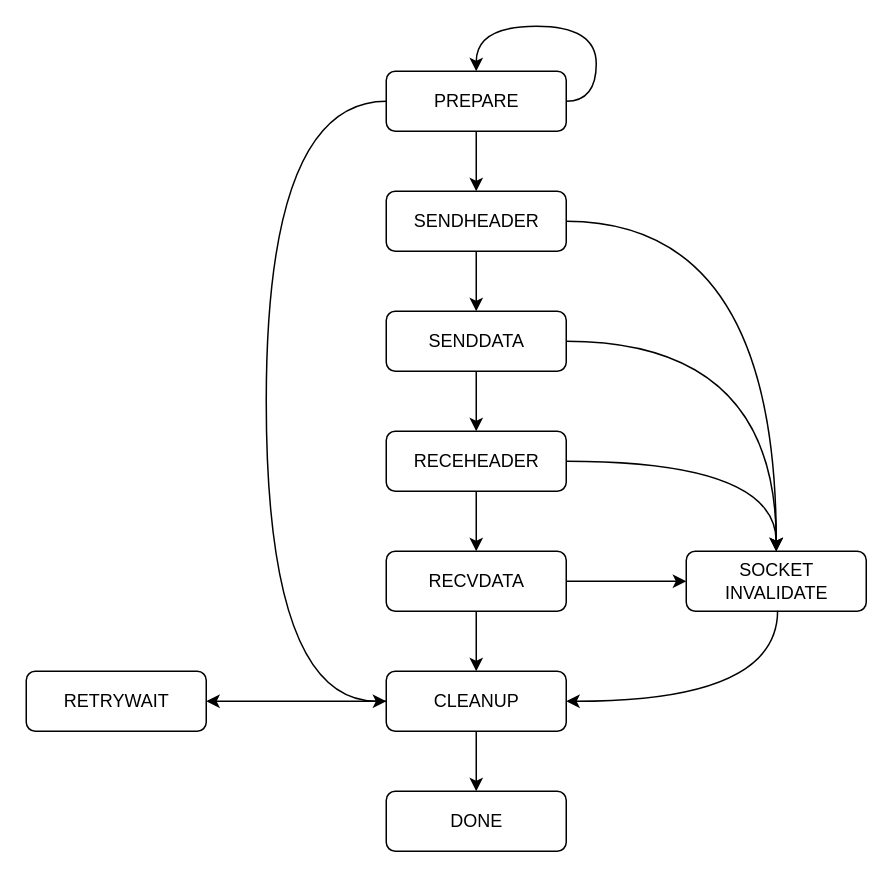
EarthWind/deeparch keeps this draw.io diagram as beegfs/beegfs-client.drawio. Above is the earlier version. Source tidied: cells renumbered, new cells numbered last; positions are measured from the earlier drawing's top-left corner, leaving out a move shared by most shapes. Both pictures are drawn from the tidied source at 150%, with x=0, y=0 at pixel (26, 26).
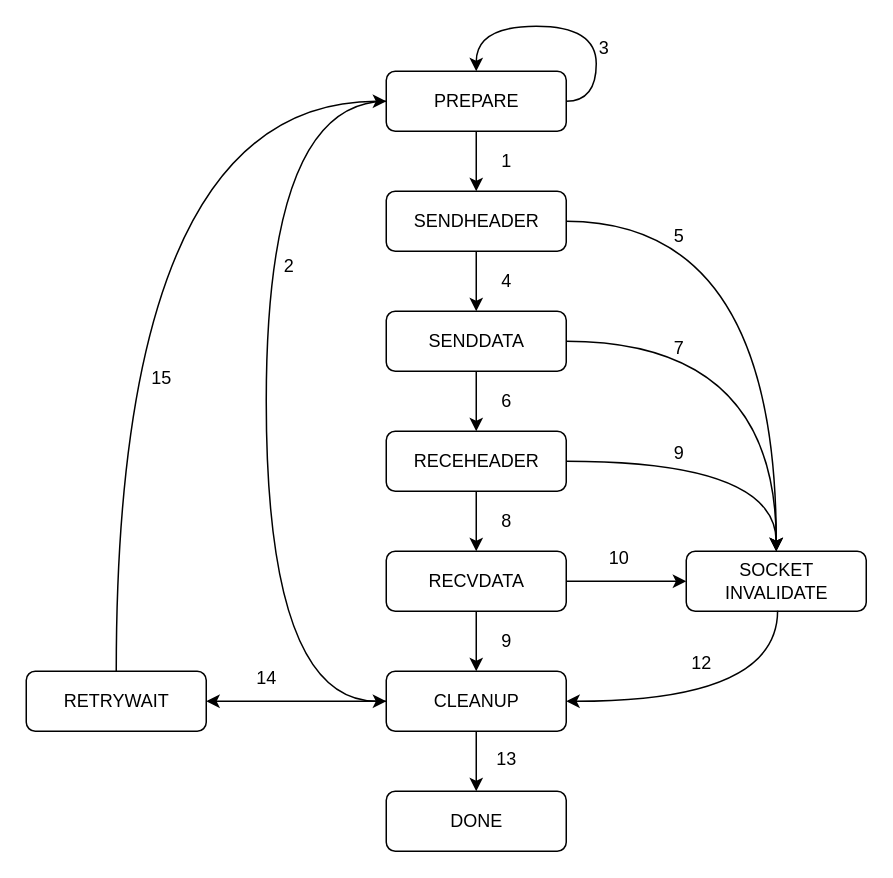
Above is the later version.

The change refers to these unchanged cells:
```xml
<mxCell id="4" style="rounded=1;whiteSpace=wrap;html=1;" parent="1" vertex="1">
  <mxGeometry x="240" y="30" width="120" height="40" as="geometry" />
</mxCell>
<mxCell id="32" style="rounded=1;whiteSpace=wrap;html=1;" parent="31" vertex="1">
  <mxGeometry width="120" height="40" as="geometry" />
</mxCell>
```

Change to the diagram source:
```diff
@@
+    <mxCell id="36" style="edgeStyle=orthogonalEdgeStyle;curved=1;rounded=0;jettySize=auto;html=1;entryX=0;entryY=0.5;entryDx=0;entryDy=0;exitX=0.5;exitY=0;exitDx=0;exitDy=0;" parent="1" edge="1" source="32" target="4">
+      <mxGeometry relative="1" as="geometry" />
+    </mxCell>
+    <mxCell id="37" value="1" style="text;html=1;align=center;verticalAlign=middle;strokeColor=none;fillColor=none;" parent="1" vertex="1">
+      <mxGeometry x="305" y="75" width="30" height="30" as="geometry" />
+    </mxCell>
+    <mxCell id="38" value="2" style="text;html=1;align=center;verticalAlign=middle;strokeColor=none;fillColor=none;" parent="1" vertex="1">
+      <mxGeometry x="160" y="145" width="30" height="30" as="geometry" />
+    </mxCell>
+    <mxCell id="39" value="3" style="text;html=1;align=center;verticalAlign=middle;strokeColor=none;fillColor=none;" parent="1" vertex="1">
+      <mxGeometry x="370" width="30" height="30" as="geometry" />
+    </mxCell>
+    <mxCell id="40" value="4" style="text;html=1;align=center;verticalAlign=middle;strokeColor=none;fillColor=none;" parent="1" vertex="1">
+      <mxGeometry x="305" y="155" width="30" height="30" as="geometry" />
+    </mxCell>
+    <mxCell id="41" value="5" style="text;html=1;align=center;verticalAlign=middle;strokeColor=none;fillColor=none;" parent="1" vertex="1">
+      <mxGeometry x="420" y="125" width="30" height="30" as="geometry" />
+    </mxCell>
+    <mxCell id="42" value="6" style="text;html=1;align=center;verticalAlign=middle;strokeColor=none;fillColor=none;" parent="1" vertex="1">
+      <mxGeometry x="305" y="235" width="30" height="30" as="geometry" />
+    </mxCell>
+    <mxCell id="43" value="7" style="text;html=1;align=center;verticalAlign=middle;strokeColor=none;fillColor=none;" parent="1" vertex="1">
+      <mxGeometry x="420" y="200" width="30" height="30" as="geometry" />
+    </mxCell>
+    <mxCell id="44" value="8" style="text;html=1;align=center;verticalAlign=middle;strokeColor=none;fillColor=none;" parent="1" vertex="1">
+      <mxGeometry x="305" y="315" width="30" height="30" as="geometry" />
+    </mxCell>
+    <mxCell id="45" value="9" style="text;html=1;align=center;verticalAlign=middle;strokeColor=none;fillColor=none;" parent="1" vertex="1">
+      <mxGeometry x="420" y="270" width="30" height="30" as="geometry" />
+    </mxCell>
+    <mxCell id="46" value="9" style="text;html=1;align=center;verticalAlign=middle;strokeColor=none;fillColor=none;" parent="1" vertex="1">
+      <mxGeometry x="305" y="395" width="30" height="30" as="geometry" />
+    </mxCell>
+    <mxCell id="47" value="10" style="text;html=1;align=center;verticalAlign=middle;strokeColor=none;fillColor=none;" parent="1" vertex="1">
+      <mxGeometry x="375" y="340" width="40" height="30" as="geometry" />
+    </mxCell>
+    <mxCell id="48" value="12" style="text;html=1;align=center;verticalAlign=middle;strokeColor=none;fillColor=none;" parent="1" vertex="1">
+      <mxGeometry x="430" y="410" width="40" height="30" as="geometry" />
+    </mxCell>
+    <mxCell id="49" value="13" style="text;html=1;align=center;verticalAlign=middle;strokeColor=none;fillColor=none;" parent="1" vertex="1">
+      <mxGeometry x="300" y="474" width="40" height="30" as="geometry" />
+    </mxCell>
+    <mxCell id="50" value="14" style="text;html=1;align=center;verticalAlign=middle;strokeColor=none;fillColor=none;" parent="1" vertex="1">
+      <mxGeometry x="140" y="420" width="40" height="30" as="geometry" />
+    </mxCell>
+    <mxCell id="51" value="15" style="text;html=1;align=center;verticalAlign=middle;strokeColor=none;fillColor=none;" parent="1" vertex="1">
+      <mxGeometry x="70" y="220" width="40" height="30" as="geometry" />
+    </mxCell>
```
